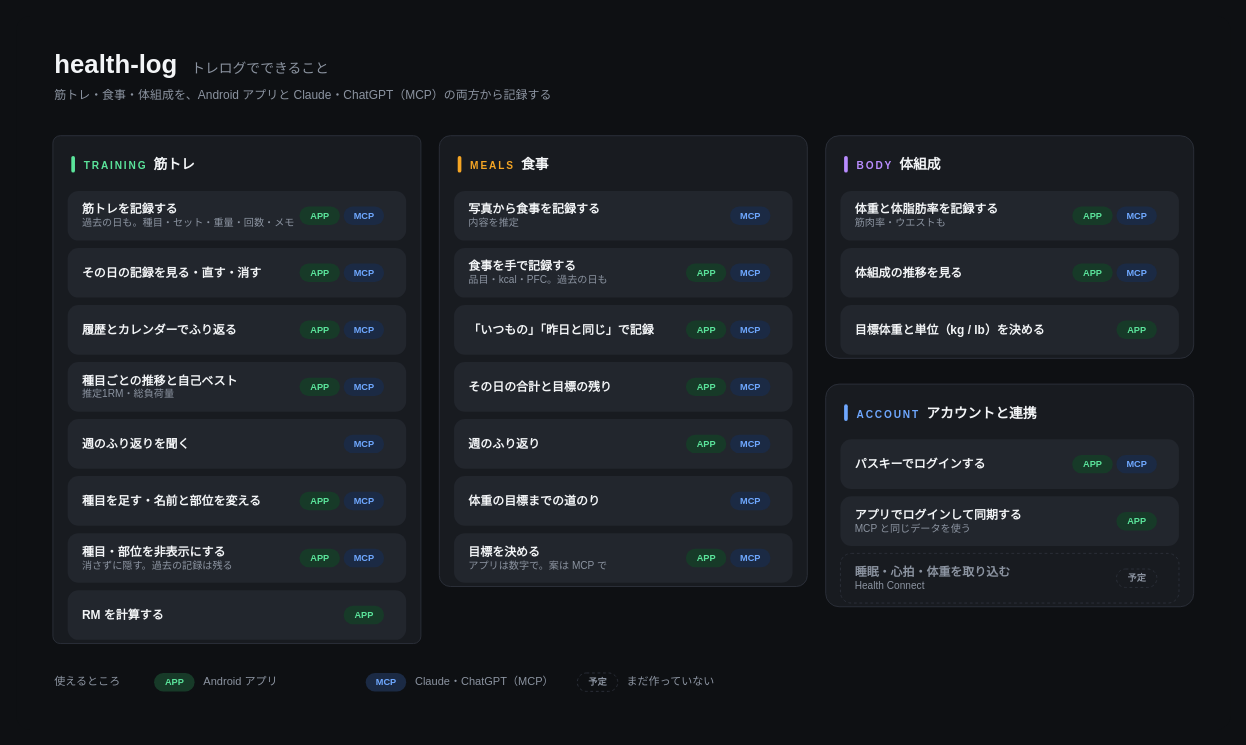
Above: docs/diagrams/usecase.drawio in ykitaza/health-log (draw.io), before the change. Source tidied: cells renumbered, new cells numbered last; positions are measured from the earlier drawing's top-left corner, leaving out a move shared by most shapes. Both pictures are drawn from the tidied source at 92%, with x=0, y=0 at pixel (16, 16).
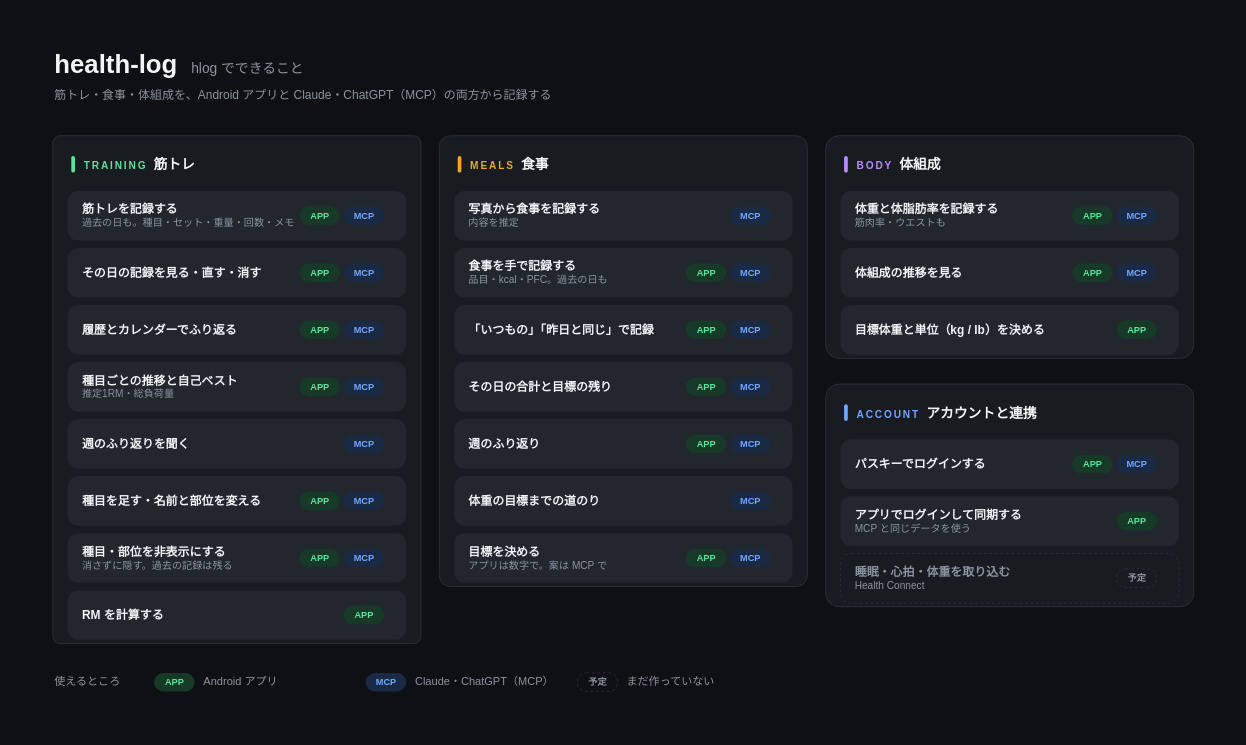
The same diagram, later.

Change to the diagram source:
```diff
@@
-    <mxCell id="3" value="&lt;span style=&quot;font-size:28px;font-weight:700;color:#F3F5F7&quot;&gt;health-log&lt;/span&gt;&lt;span style=&quot;font-size:15px;color:#8C94A1&quot;&gt;　トレログでできること&lt;/span&gt;" style="text;html=1;align=left;verticalAlign=middle;fontFamily=Hiragino Sans;" parent="1" vertex="1">
+    <mxCell id="3" value="&lt;span style=&quot;font-size:28px;font-weight:700;color:#F3F5F7&quot;&gt;health-log&lt;/span&gt;&lt;span style=&quot;font-size:15px;color:#8C94A1&quot;&gt;　hlog でできること&lt;/span&gt;" style="text;html=1;align=left;verticalAlign=middle;fontFamily=Hiragino Sans;" parent="1" vertex="1">
       <mxGeometry x="40" y="30" width="900" height="44" as="geometry" />
     </mxCell>
```
